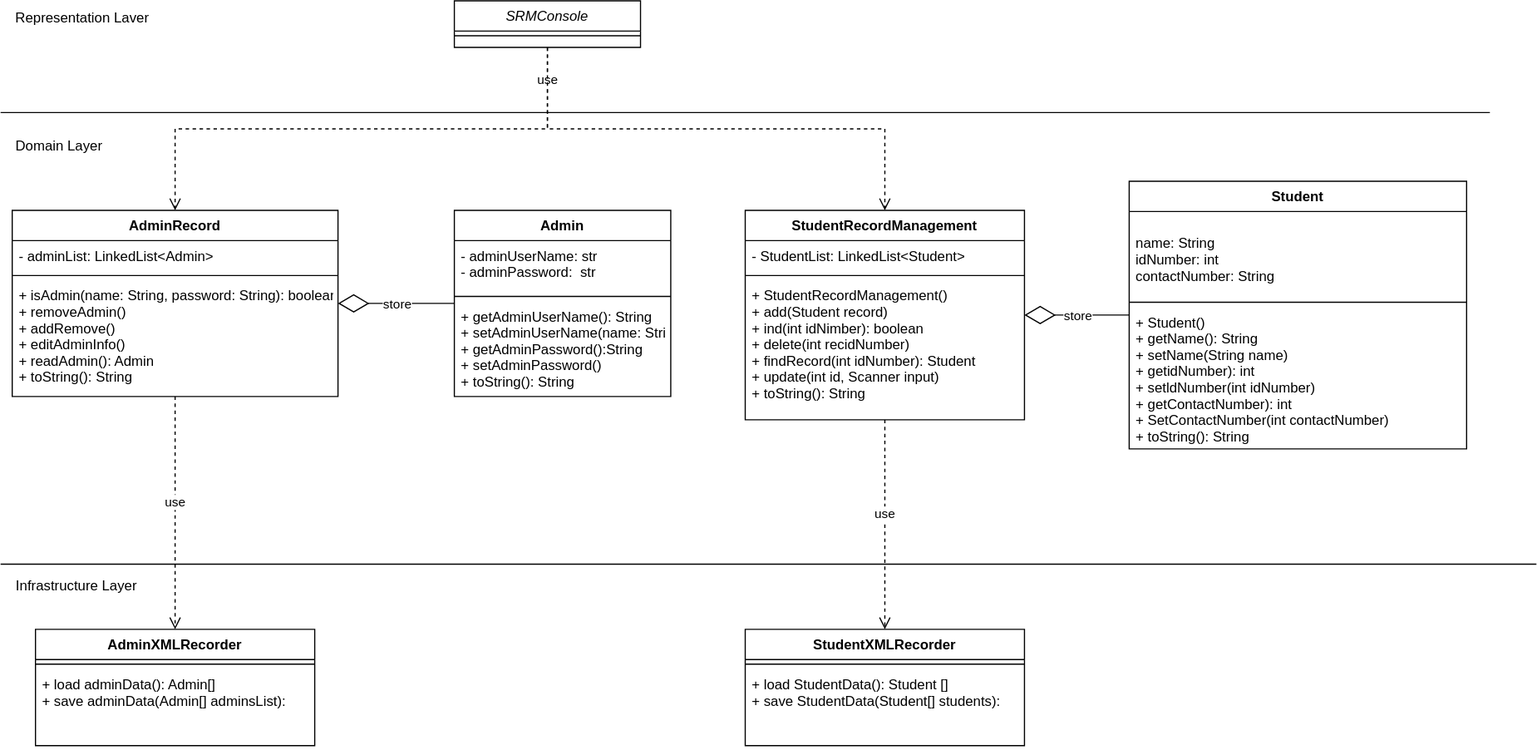
ReggieReo/crud-practice keeps this draw.io diagram as Class Diagram with Admin.svg. Above is the earlier version. Source tidied: cells renumbered, new cells last; positions are measured from the earlier drawing's top-left corner, leaving out a move shared by most shapes.
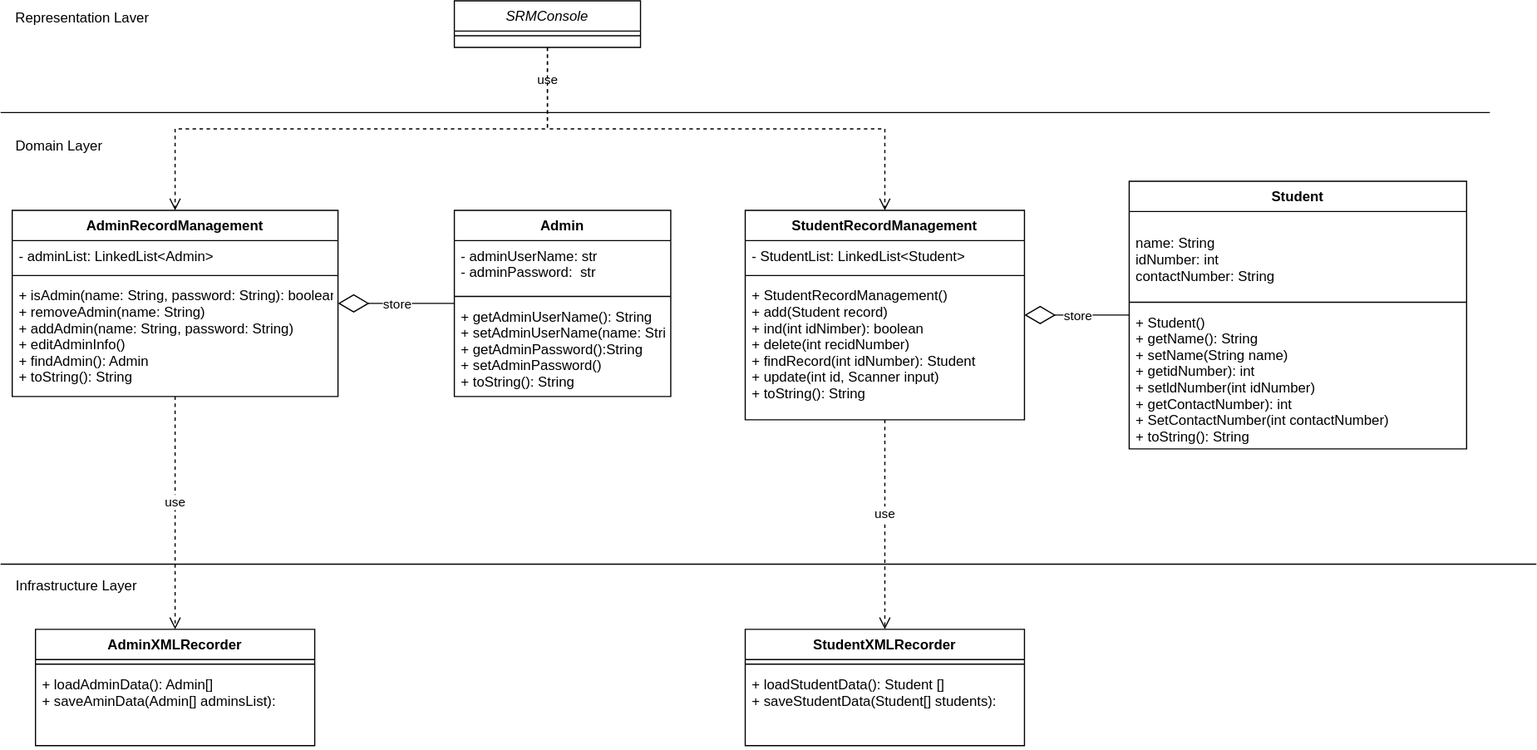
After the commit.

Commit message:
update Class Diagram and add Sequence Diagram.svg

The edit, as a diff of the source:
```diff
@@ -26,7 +26,7 @@
     <mxCell id="9" value="store" style="edgeLabel;html=1;align=center;verticalAlign=middle;" parent="8" vertex="1">
       <mxGeometry x="-0.01" relative="1" as="geometry" />
     </mxCell>
-    <mxCell id="10" value="AdminRecord" style="swimlane;fontStyle=1;align=center;verticalAlign=top;horizontal=1;startSize=26;" parent="1" vertex="1">
+    <mxCell id="10" value="AdminRecordManagement" style="swimlane;fontStyle=1;align=center;verticalAlign=top;horizontal=1;startSize=26;" parent="1" vertex="1">
       <mxGeometry x="10" y="180" width="280" height="160" as="geometry" />
     </mxCell>
     <mxCell id="11" value="- adminList: LinkedList&lt;Admin&gt;" style="text;strokeColor=none;fillColor=none;align=left;verticalAlign=top;spacingLeft=4;spacingRight=4;overflow=hidden;" parent="10" vertex="1">
@@ -35,7 +35,7 @@
     <mxCell id="12" style="line;strokeWidth=1;fillColor=none;align=left;verticalAlign=middle;spacingTop=-1;spacingLeft=3;spacingRight=3;labelPosition=right;strokeColor=inherit;" parent="10" vertex="1">
       <mxGeometry y="52" width="280" height="8" as="geometry" />
     </mxCell>
-    <mxCell id="13" value="+ isAdmin(name: String, password: String): boolean&#10;+ removeAdmin() &#10;+ addRemove()&#10;+ editAdminInfo()&#10;+ readAdmin(): Admin&#10;+ toString(): String" style="text;strokeColor=none;fillColor=none;align=left;verticalAlign=top;spacingLeft=4;spacingRight=4;overflow=hidden;" parent="10" vertex="1">
+    <mxCell id="13" value="+ isAdmin(name: String, password: String): boolean&#10;+ removeAdmin(name: String) &#10;+ addAdmin(name: String, password: String)&#10;+ editAdminInfo()&#10;+ findAdmin(): Admin&#10;+ toString(): String" style="text;strokeColor=none;fillColor=none;align=left;verticalAlign=top;spacingLeft=4;spacingRight=4;overflow=hidden;" parent="10" vertex="1">
       <mxGeometry y="60" width="280" height="100" as="geometry" />
     </mxCell>
     <mxCell id="14" value="use" style="html=1;verticalAlign=bottom;endArrow=open;dashed=1;endSize=8;edgeStyle=elbowEdgeStyle;elbow=vertical;curved=0;rounded=0;" parent="1" edge="1" source="2" target="10">
@@ -86,7 +86,7 @@
     <mxCell id="29" style="line;strokeWidth=1;fillColor=none;align=left;verticalAlign=middle;spacingTop=-1;spacingLeft=3;spacingRight=3;labelPosition=right;strokeColor=inherit;" parent="28" vertex="1">
       <mxGeometry y="26" width="240" height="8" as="geometry" />
     </mxCell>
-    <mxCell id="30" value="+ load StudentData(): Student []&#10;+ save StudentData(Student[] students):" style="text;strokeColor=none;fillColor=none;align=left;verticalAlign=top;spacingLeft=4;spacingRight=4;overflow=hidden;" parent="28" vertex="1">
+    <mxCell id="30" value="+ loadStudentData(): Student []&#10;+ saveStudentData(Student[] students):" style="text;strokeColor=none;fillColor=none;align=left;verticalAlign=top;spacingLeft=4;spacingRight=4;overflow=hidden;" parent="28" vertex="1">
       <mxGeometry y="34" width="240" height="66" as="geometry" />
     </mxCell>
     <mxCell id="31" value="AdminXMLRecorder" style="swimlane;fontStyle=1;align=center;verticalAlign=top;horizontal=1;startSize=26;" parent="1" vertex="1">
@@ -95,7 +95,7 @@
     <mxCell id="32" style="line;strokeWidth=1;fillColor=none;align=left;verticalAlign=middle;spacingTop=-1;spacingLeft=3;spacingRight=3;labelPosition=right;strokeColor=inherit;" parent="31" vertex="1">
       <mxGeometry y="26" width="240" height="8" as="geometry" />
     </mxCell>
-    <mxCell id="33" value="+ load adminData(): Admin[]&#10;+ save adminData(Admin[] adminsList):" style="text;strokeColor=none;fillColor=none;align=left;verticalAlign=top;spacingLeft=4;spacingRight=4;overflow=hidden;" parent="31" vertex="1">
+    <mxCell id="33" value="+ loadAdminData(): Admin[]&#10;+ saveAminData(Admin[] adminsList):" style="text;strokeColor=none;fillColor=none;align=left;verticalAlign=top;spacingLeft=4;spacingRight=4;overflow=hidden;" parent="31" vertex="1">
       <mxGeometry y="34" width="240" height="66" as="geometry" />
     </mxCell>
     <mxCell id="34" value="use" style="html=1;verticalAlign=bottom;endArrow=open;dashed=1;endSize=8;edgeStyle=elbowEdgeStyle;elbow=vertical;curved=0;rounded=0;" parent="1" edge="1" source="10" target="31">
```
